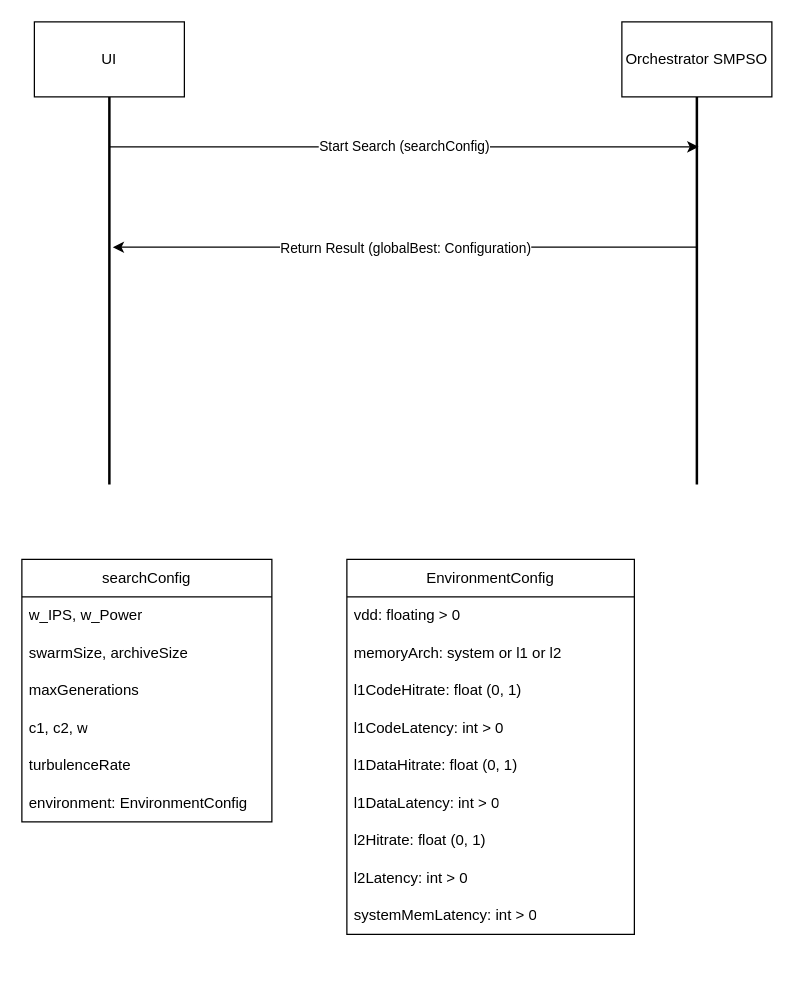
Above: scheme/UI-Orchestrator.drawio in R-a-d-u/PSATSimSimulation (draw.io), before the change. Source tidied: cells renumbered, new cells numbered last; positions are measured from the earlier drawing's top-left corner, leaving out a move shared by most shapes. Both pictures are drawn from the tidied source at 125%, with x=0, y=0 at pixel (21, 21).
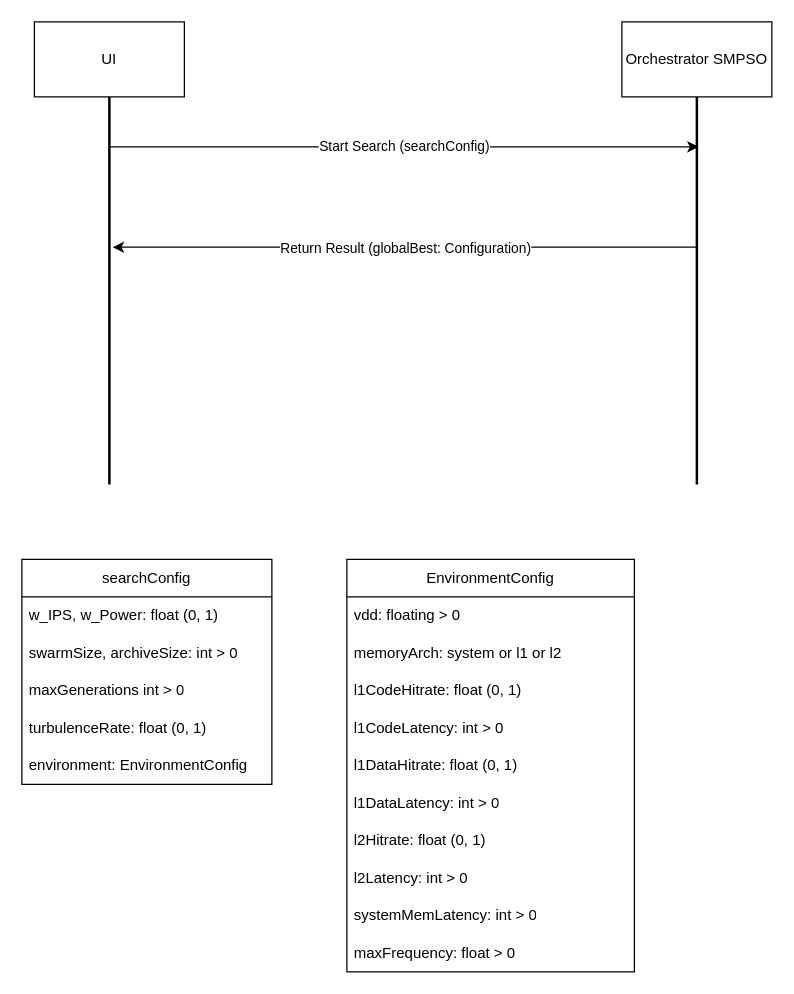
The same page after the edit.

Commit message (it also covers changes not shown here):
Finished SMPSO Diagram

Change to the diagram source:
```diff
@@
     <mxCell id="10" value="searchConfig" style="swimlane;fontStyle=0;horizontal=1;startSize=30;whiteSpace=wrap;html=1;" parent="1" vertex="1">
-      <mxGeometry y="430" width="200" height="210" as="geometry" />
+      <mxGeometry y="430" width="200" height="180" as="geometry" />
     </mxCell>
-    <mxCell id="11" value="w_IPS, w_Power" style="text;strokeColor=none;fillColor=none;align=left;verticalAlign=middle;spacingLeft=4;spacingRight=4;overflow=hidden;whiteSpace=wrap;html=1;" parent="10" vertex="1">
+    <mxCell id="11" value="w_IPS, w_Power: float (0, 1)" style="text;strokeColor=none;fillColor=none;align=left;verticalAlign=middle;spacingLeft=4;spacingRight=4;overflow=hidden;whiteSpace=wrap;html=1;" parent="10" vertex="1">
       <mxGeometry y="30" width="200" height="30" as="geometry" />
     </mxCell>
-    <mxCell id="12" value="swarmSize, archiveSize" style="text;strokeColor=none;fillColor=none;align=left;verticalAlign=middle;spacingLeft=4;spacingRight=4;overflow=hidden;whiteSpace=wrap;html=1;" parent="10" vertex="1">
+    <mxCell id="12" value="swarmSize, archiveSize: int &amp;gt; 0" style="text;strokeColor=none;fillColor=none;align=left;verticalAlign=middle;spacingLeft=4;spacingRight=4;overflow=hidden;whiteSpace=wrap;html=1;" parent="10" vertex="1">
       <mxGeometry y="60" width="200" height="30" as="geometry" />
     </mxCell>
-    <mxCell id="13" value="maxGenerations" style="text;strokeColor=none;fillColor=none;align=left;verticalAlign=middle;spacingLeft=4;spacingRight=4;overflow=hidden;whiteSpace=wrap;html=1;" parent="10" vertex="1">
+    <mxCell id="13" value="maxGenerations int &amp;gt; 0" style="text;strokeColor=none;fillColor=none;align=left;verticalAlign=middle;spacingLeft=4;spacingRight=4;overflow=hidden;whiteSpace=wrap;html=1;" parent="10" vertex="1">
       <mxGeometry y="90" width="200" height="30" as="geometry" />
     </mxCell>
-    <mxCell id="14" value="c1, c2, w" style="text;strokeColor=none;fillColor=none;align=left;verticalAlign=middle;spacingLeft=4;spacingRight=4;overflow=hidden;whiteSpace=wrap;html=1;" parent="10" vertex="1">
-      <mxGeometry y="120" width="200" height="30" as="geometry" />
-    </mxCell>
-    <mxCell id="15" value="turbulenceRate" style="text;strokeColor=none;fillColor=none;align=left;verticalAlign=middle;spacingLeft=4;spacingRight=4;overflow=hidden;whiteSpace=wrap;html=1;" parent="10" vertex="1">
-      <mxGeometry y="150" width="200" height="30" as="geometry" />
+    <mxCell id="15" value="turbulenceRate: float (0, 1)" style="text;strokeColor=none;fillColor=none;align=left;verticalAlign=middle;spacingLeft=4;spacingRight=4;overflow=hidden;whiteSpace=wrap;html=1;" parent="10" vertex="1">
+      <mxGeometry y="120" width="200" height="30" as="geometry" />
     </mxCell>
     <mxCell id="16" value="environment: EnvironmentConfig" style="text;strokeColor=none;fillColor=none;align=left;verticalAlign=middle;spacingLeft=4;spacingRight=4;overflow=hidden;whiteSpace=wrap;html=1;" parent="10" vertex="1">
-      <mxGeometry y="180" width="200" height="30" as="geometry" />
+      <mxGeometry y="150" width="200" height="30" as="geometry" />
     </mxCell>
     <mxCell id="17" value="EnvironmentConfig" style="swimlane;fontStyle=0;horizontal=1;startSize=30;whiteSpace=wrap;html=1;" parent="1" vertex="1">
-      <mxGeometry x="260" y="430" width="230" height="300" as="geometry" />
+      <mxGeometry x="260" y="430" width="230" height="330" as="geometry" />
     </mxCell>
@@
+    <mxCell id="27" value="maxFrequency: float &amp;gt; 0" style="text;strokeColor=none;fillColor=none;align=left;verticalAlign=middle;spacingLeft=4;spacingRight=4;overflow=hidden;whiteSpace=wrap;html=1;" parent="17" vertex="1">
+      <mxGeometry y="300" width="230" height="30" as="geometry" />
+    </mxCell>
```
